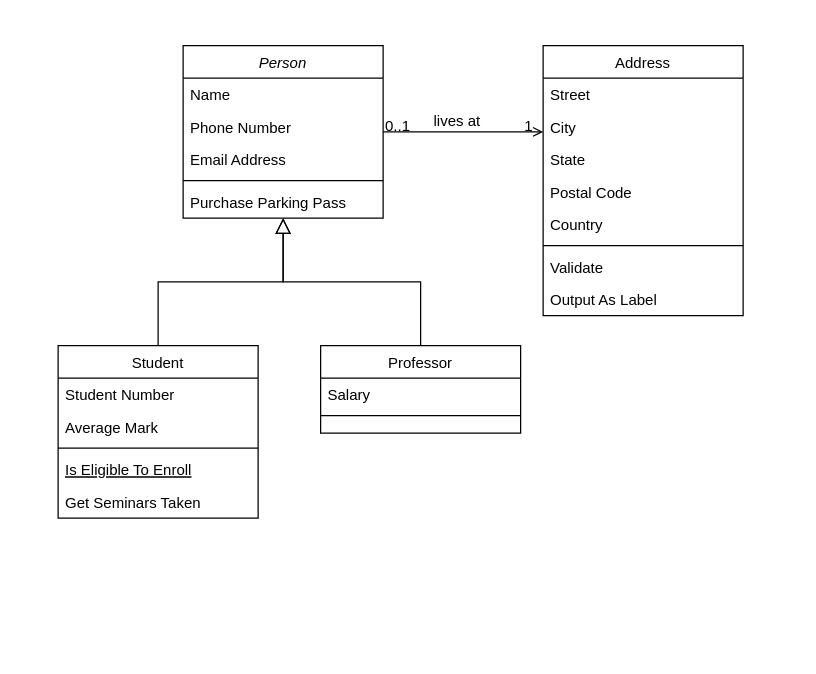
Before: Diagramme sans nom.drawio in Brichardt/GithubWork, a draw.io diagram. Source tidied: cells renumbered, new cells numbered last; positions are measured from the earlier drawing's top-left corner, leaving out a move shared by most shapes. Both pictures are drawn from the tidied source at 125%, with x=0, y=0 at pixel (58, 45).
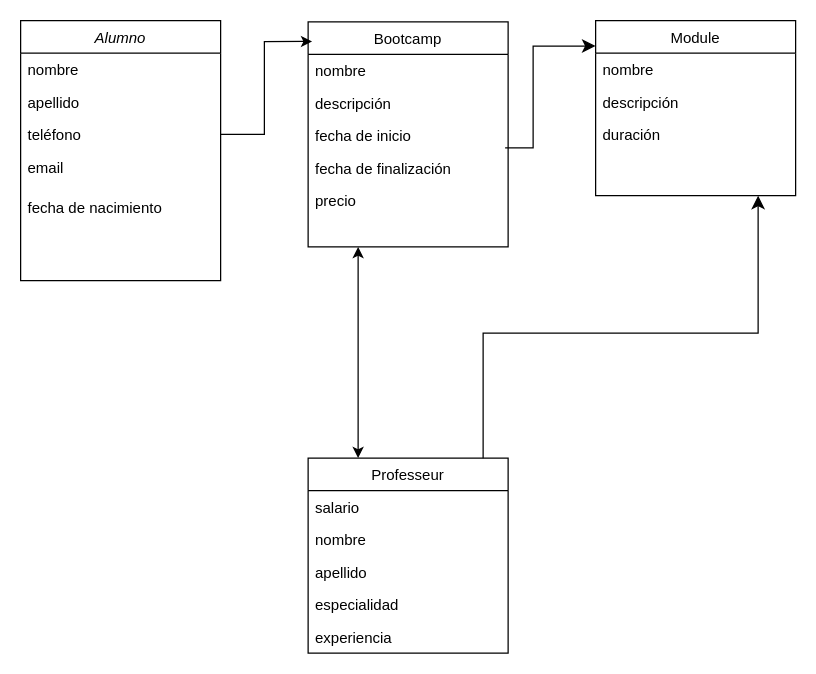
Above is the later version.

Commit message:
Mettre à jour Diagramme sans nom.drawio

Diff of the diagram source:
```diff
@@
-    <mxCell id="2" value="Person" style="swimlane;fontStyle=2;align=center;verticalAlign=top;horizontal=1;startSize=26;rounded=0;shadow=0;strokeWidth=1;" parent="1" vertex="1">
-      <mxGeometry x="100" width="160" height="138" as="geometry" />
+    <mxCell id="2" value="Alumno" style="swimlane;fontStyle=2;align=center;verticalAlign=top;horizontal=1;startSize=26;rounded=0;shadow=0;strokeWidth=1;" parent="1" vertex="1">
+      <mxGeometry x="-30" y="-20" width="160" height="208" as="geometry" />
     </mxCell>
-    <mxCell id="3" value="Name" style="text;align=left;verticalAlign=top;spacingLeft=4;spacingRight=4;overflow=hidden;" parent="2" vertex="1">
+    <mxCell id="3" value="nombre" style="text;align=left;verticalAlign=top;spacingLeft=4;spacingRight=4;overflow=hidden;" parent="2" vertex="1">
       <mxGeometry y="26" width="160" height="26" as="geometry" />
     </mxCell>
+    <mxCell id="32" value="apellido" style="text;align=left;verticalAlign=top;spacingLeft=4;spacingRight=4;overflow=hidden;" parent="2" vertex="1">
+      <mxGeometry y="52" width="160" height="26" as="geometry" />
+    </mxCell>
-    <mxCell id="4" value="Phone Number" style="text;align=left;verticalAlign=top;spacingLeft=4;spacingRight=4;overflow=hidden;points=[[0,0.5],[1,0.5]];portConstraint=eastwest;rounded=0;shadow=0;html=0;" parent="2" vertex="1">
-      <mxGeometry y="52" width="160" height="26" as="geometry" />
+    <mxCell id="4" value="teléfono" style="text;align=left;verticalAlign=top;spacingLeft=4;spacingRight=4;overflow=hidden;points=[[0,0.5],[1,0.5]];portConstraint=eastwest;rounded=0;shadow=0;html=0;" parent="2" vertex="1">
+      <mxGeometry y="78" width="160" height="26" as="geometry" />
     </mxCell>
-    <mxCell id="5" value="Email Address" style="text;align=left;verticalAlign=top;spacingLeft=4;spacingRight=4;overflow=hidden;rounded=0;shadow=0;html=0;" parent="2" vertex="1">
-      <mxGeometry y="78" width="160" height="26" as="geometry" />
+    <mxCell id="5" value="email" style="text;align=left;verticalAlign=top;spacingLeft=4;spacingRight=4;overflow=hidden;rounded=0;shadow=0;html=0;" parent="2" vertex="1">
+      <mxGeometry y="104" width="160" height="32" as="geometry" />
     </mxCell>
-    <mxCell id="6" style="line;html=1;strokeWidth=1;align=left;verticalAlign=middle;spacingTop=-1;spacingLeft=3;spacingRight=3;labelPosition=right;" parent="2" vertex="1">
-      <mxGeometry y="104" width="160" height="8" as="geometry" />
-    </mxCell>
-    <mxCell id="7" value="Purchase Parking Pass" style="text;align=left;verticalAlign=top;spacingLeft=4;spacingRight=4;overflow=hidden;" parent="2" vertex="1">
-      <mxGeometry y="112" width="160" height="26" as="geometry" />
+    <mxCell id="7" value="fecha de nacimiento" style="text;align=left;verticalAlign=top;spacingLeft=4;spacingRight=4;overflow=hidden;" parent="2" vertex="1">
+      <mxGeometry y="136" width="160" height="20" as="geometry" />
     </mxCell>
-    <mxCell id="8" value="Student" style="swimlane;fontStyle=0;align=center;verticalAlign=top;horizontal=1;startSize=26;rounded=0;shadow=0;strokeWidth=1;" parent="1" vertex="1">
-      <mxGeometry y="240" width="160" height="138" as="geometry" />
+    <mxCell id="8" value="Module" style="swimlane;fontStyle=0;align=center;verticalAlign=top;horizontal=1;startSize=26;rounded=0;shadow=0;strokeWidth=1;" parent="1" vertex="1">
+      <mxGeometry x="430" y="-20" width="160" height="140" as="geometry" />
     </mxCell>
-    <mxCell id="9" value="Student Number" style="text;align=left;verticalAlign=top;spacingLeft=4;spacingRight=4;overflow=hidden;" parent="8" vertex="1">
+    <mxCell id="9" value="nombre" style="text;align=left;verticalAlign=top;spacingLeft=4;spacingRight=4;overflow=hidden;" parent="8" vertex="1">
       <mxGeometry y="26" width="160" height="26" as="geometry" />
     </mxCell>
-    <mxCell id="10" value="Average Mark" style="text;align=left;verticalAlign=top;spacingLeft=4;spacingRight=4;overflow=hidden;rounded=0;shadow=0;html=0;" parent="8" vertex="1">
+    <mxCell id="10" value="descripción" style="text;align=left;verticalAlign=top;spacingLeft=4;spacingRight=4;overflow=hidden;rounded=0;shadow=0;html=0;" parent="8" vertex="1">
       <mxGeometry y="52" width="160" height="26" as="geometry" />
     </mxCell>
-    <mxCell id="11" style="line;html=1;strokeWidth=1;align=left;verticalAlign=middle;spacingTop=-1;spacingLeft=3;spacingRight=3;labelPosition=right;" parent="8" vertex="1">
-      <mxGeometry y="78" width="160" height="8" as="geometry" />
-    </mxCell>
-    <mxCell id="12" value="Is Eligible To Enroll" style="text;align=left;verticalAlign=top;spacingLeft=4;spacingRight=4;overflow=hidden;fontStyle=4;" parent="8" vertex="1">
-      <mxGeometry y="86" width="160" height="26" as="geometry" />
-    </mxCell>
-    <mxCell id="13" value="Get Seminars Taken" style="text;align=left;verticalAlign=top;spacingLeft=4;spacingRight=4;overflow=hidden;" parent="8" vertex="1">
-      <mxGeometry y="112" width="160" height="26" as="geometry" />
-    </mxCell>
-    <mxCell id="14" style="endArrow=block;endSize=10;endFill=0;shadow=0;strokeWidth=1;rounded=0;curved=0;edgeStyle=elbowEdgeStyle;elbow=vertical;" parent="1" edge="1" source="8" target="2">
-      <mxGeometry relative="1" as="geometry" />
-    </mxCell>
+    <mxCell id="33" value="duración" style="text;align=left;verticalAlign=top;spacingLeft=4;spacingRight=4;overflow=hidden;rounded=0;shadow=0;html=0;" parent="8" vertex="1">
+      <mxGeometry y="78" width="160" height="26" as="geometry" />
+    </mxCell>
-    <mxCell id="15" value="Professor" style="swimlane;fontStyle=0;align=center;verticalAlign=top;horizontal=1;startSize=26;rounded=0;shadow=0;strokeWidth=1;" parent="1" vertex="1">
-      <mxGeometry x="210" y="240" width="160" height="70" as="geometry" />
+    <mxCell id="15" value="Professeur" style="swimlane;fontStyle=0;align=center;verticalAlign=top;horizontal=1;startSize=26;rounded=0;shadow=0;strokeWidth=1;" parent="1" vertex="1">
+      <mxGeometry x="200" y="330" width="160" height="156" as="geometry" />
     </mxCell>
-    <mxCell id="16" value="Salary" style="text;align=left;verticalAlign=top;spacingLeft=4;spacingRight=4;overflow=hidden;" parent="15" vertex="1">
+    <mxCell id="16" value="salario" style="text;align=left;verticalAlign=top;spacingLeft=4;spacingRight=4;overflow=hidden;" parent="15" vertex="1">
       <mxGeometry y="26" width="160" height="26" as="geometry" />
     </mxCell>
-    <mxCell id="17" style="line;html=1;strokeWidth=1;align=left;verticalAlign=middle;spacingTop=-1;spacingLeft=3;spacingRight=3;labelPosition=right;" parent="15" vertex="1">
-      <mxGeometry y="52" width="160" height="8" as="geometry" />
-    </mxCell>
-    <mxCell id="18" style="endArrow=block;endSize=10;endFill=0;shadow=0;strokeWidth=1;rounded=0;curved=0;edgeStyle=elbowEdgeStyle;elbow=vertical;" parent="1" edge="1" source="15" target="2">
-      <mxGeometry relative="1" as="geometry" />
-    </mxCell>
+    <mxCell id="34" value="nombre" style="text;align=left;verticalAlign=top;spacingLeft=4;spacingRight=4;overflow=hidden;" parent="15" vertex="1">
+      <mxGeometry y="52" width="160" height="26" as="geometry" />
+    </mxCell>
+    <mxCell id="35" value="apellido" style="text;align=left;verticalAlign=top;spacingLeft=4;spacingRight=4;overflow=hidden;" parent="15" vertex="1">
+      <mxGeometry y="78" width="160" height="26" as="geometry" />
+    </mxCell>
+    <mxCell id="36" value="especialidad" style="text;align=left;verticalAlign=top;spacingLeft=4;spacingRight=4;overflow=hidden;" parent="15" vertex="1">
+      <mxGeometry y="104" width="160" height="26" as="geometry" />
+    </mxCell>
+    <mxCell id="37" value="experiencia" style="text;align=left;verticalAlign=top;spacingLeft=4;spacingRight=4;overflow=hidden;" parent="15" vertex="1">
+      <mxGeometry y="130" width="160" height="26" as="geometry" />
+    </mxCell>
-    <mxCell id="19" value="Address" style="swimlane;fontStyle=0;align=center;verticalAlign=top;horizontal=1;startSize=26;rounded=0;shadow=0;strokeWidth=1;" parent="1" vertex="1">
-      <mxGeometry x="388" width="160" height="216" as="geometry" />
+    <mxCell id="19" value="Bootcamp" style="swimlane;fontStyle=0;align=center;verticalAlign=top;horizontal=1;startSize=26;rounded=0;shadow=0;strokeWidth=1;" parent="1" vertex="1">
+      <mxGeometry x="200" y="-19" width="160" height="180" as="geometry" />
     </mxCell>
-    <mxCell id="20" value="Street" style="text;align=left;verticalAlign=top;spacingLeft=4;spacingRight=4;overflow=hidden;" parent="19" vertex="1">
+    <mxCell id="20" value="nombre" style="text;align=left;verticalAlign=top;spacingLeft=4;spacingRight=4;overflow=hidden;" parent="19" vertex="1">
       <mxGeometry y="26" width="160" height="26" as="geometry" />
     </mxCell>
-    <mxCell id="21" value="City" style="text;align=left;verticalAlign=top;spacingLeft=4;spacingRight=4;overflow=hidden;rounded=0;shadow=0;html=0;" parent="19" vertex="1">
+    <mxCell id="21" value="descripción" style="text;align=left;verticalAlign=top;spacingLeft=4;spacingRight=4;overflow=hidden;rounded=0;shadow=0;html=0;" parent="19" vertex="1">
       <mxGeometry y="52" width="160" height="26" as="geometry" />
     </mxCell>
-    <mxCell id="22" value="State" style="text;align=left;verticalAlign=top;spacingLeft=4;spacingRight=4;overflow=hidden;points=[[0,0.5],[1,0.5]];portConstraint=eastwest;rounded=0;shadow=0;html=0;" parent="19" vertex="1">
+    <mxCell id="22" value="fecha de inicio" style="text;align=left;verticalAlign=top;spacingLeft=4;spacingRight=4;overflow=hidden;points=[[0,0.5],[1,0.5]];portConstraint=eastwest;rounded=0;shadow=0;html=0;" parent="19" vertex="1">
       <mxGeometry y="78" width="160" height="26" as="geometry" />
     </mxCell>
-    <mxCell id="23" value="Postal Code" style="text;align=left;verticalAlign=top;spacingLeft=4;spacingRight=4;overflow=hidden;rounded=0;shadow=0;html=0;" parent="19" vertex="1">
+    <mxCell id="23" value="fecha de finalización" style="text;align=left;verticalAlign=top;spacingLeft=4;spacingRight=4;overflow=hidden;rounded=0;shadow=0;html=0;" parent="19" vertex="1">
       <mxGeometry y="104" width="160" height="26" as="geometry" />
     </mxCell>
-    <mxCell id="24" value="Country" style="text;align=left;verticalAlign=top;spacingLeft=4;spacingRight=4;overflow=hidden;rounded=0;shadow=0;html=0;" parent="19" vertex="1">
+    <mxCell id="24" value="precio" style="text;align=left;verticalAlign=top;spacingLeft=4;spacingRight=4;overflow=hidden;rounded=0;shadow=0;html=0;" parent="19" vertex="1">
       <mxGeometry y="130" width="160" height="26" as="geometry" />
     </mxCell>
-    <mxCell id="25" style="line;html=1;strokeWidth=1;align=left;verticalAlign=middle;spacingTop=-1;spacingLeft=3;spacingRight=3;labelPosition=right;" parent="19" vertex="1">
-      <mxGeometry y="156" width="160" height="8" as="geometry" />
-    </mxCell>
-    <mxCell id="26" value="Validate" style="text;align=left;verticalAlign=top;spacingLeft=4;spacingRight=4;overflow=hidden;" parent="19" vertex="1">
-      <mxGeometry y="164" width="160" height="26" as="geometry" />
-    </mxCell>
-    <mxCell id="27" value="Output As Label" style="text;align=left;verticalAlign=top;spacingLeft=4;spacingRight=4;overflow=hidden;" parent="19" vertex="1">
-      <mxGeometry y="190" width="160" height="26" as="geometry" />
-    </mxCell>
-    <mxCell id="28" style="endArrow=open;shadow=0;strokeWidth=1;rounded=0;curved=0;endFill=1;edgeStyle=elbowEdgeStyle;elbow=vertical;" parent="1" edge="1" source="2" target="19">
-      <mxGeometry x="0.5" y="41" relative="1" as="geometry">
-        <mxPoint x="-40" y="32" as="offset" />
-      </mxGeometry>
-    </mxCell>
-    <mxCell id="29" value="0..1" style="align=left;verticalAlign=bottom;labelBackgroundColor=none;fontSize=12;" parent="28" vertex="1">
-      <mxGeometry x="-1" relative="1" as="geometry">
-        <mxPoint y="4" as="offset" />
-      </mxGeometry>
-    </mxCell>
-    <mxCell id="30" value="1" style="align=right;verticalAlign=bottom;labelBackgroundColor=none;fontSize=12;" parent="28" vertex="1">
-      <mxGeometry x="1" relative="1" as="geometry">
-        <mxPoint x="-7" y="4" as="offset" />
-      </mxGeometry>
-    </mxCell>
-    <mxCell id="31" value="lives at" style="text;html=1;align=center;verticalAlign=middle;labelBackgroundColor=none;rounded=0;shadow=0;strokeWidth=1;fontSize=12;" parent="28" vertex="1">
-      <mxGeometry x="0.5" y="49" relative="1" as="geometry">
-        <mxPoint x="-38" y="40" as="offset" />
-      </mxGeometry>
-    </mxCell>
+    <mxCell id="38" style="edgeStyle=elbowEdgeStyle;elbow=horizontal;endArrow=classic;html=1;curved=0;rounded=0;endSize=8;startSize=8;entryX=0;entryY=0.145;entryDx=0;entryDy=0;entryPerimeter=0;exitX=0.985;exitY=0.877;exitDx=0;exitDy=0;exitPerimeter=0;" parent="1" edge="1" source="22" target="8">
+      <mxGeometry relative="1" as="geometry">
+        <Array as="points">
+          <mxPoint x="380" y="60" />
+          <mxPoint x="570" y="60" />
+          <mxPoint x="640" y="30" />
+          <mxPoint x="560" y="70" />
+        </Array>
+      </mxGeometry>
+    </mxCell>
+    <mxCell id="39" style="edgeStyle=elbowEdgeStyle;elbow=vertical;endArrow=classic;html=1;curved=0;rounded=0;endSize=8;startSize=8;exitX=0.5;exitY=0;exitDx=0;exitDy=0;" parent="1" edge="1">
+      <mxGeometry relative="1" as="geometry">
+        <mxPoint x="340" y="330" as="sourcePoint" />
+        <mxPoint x="560" y="120" as="targetPoint" />
+        <Array as="points">
+          <mxPoint x="780" y="230" />
+        </Array>
+      </mxGeometry>
+    </mxCell>
+    <mxCell id="40" style="edgeStyle=orthogonalEdgeStyle;rounded=0;jettySize=auto;html=1;exitX=1;exitY=0.5;exitDx=0;exitDy=0;entryX=0.02;entryY=0.087;entryDx=0;entryDy=0;entryPerimeter=0;" parent="1" edge="1" source="4" target="19">
+      <mxGeometry relative="1" as="geometry" />
+    </mxCell>
+    <mxCell id="41" style="endArrow=classic;startArrow=classic;html=1;rounded=0;exitX=0.25;exitY=0;exitDx=0;exitDy=0;entryX=0.25;entryY=1;entryDx=0;entryDy=0;" parent="1" edge="1" source="15" target="19">
+      <mxGeometry relative="1" as="geometry" />
+    </mxCell>
```
